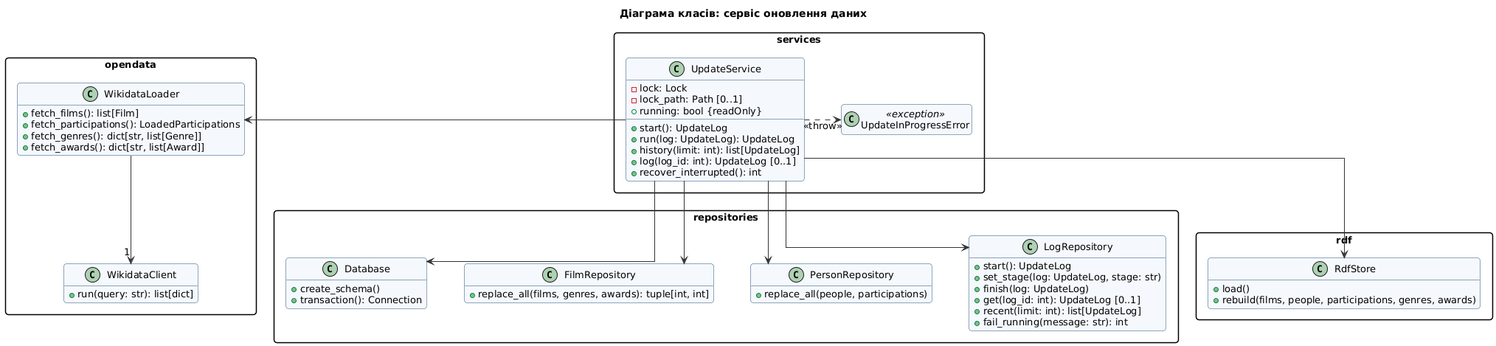
pryanikalenaknu/kinograf keeps this PlantUML diagram as docs/uml/05c_class_update.png. Above is the earlier version. Its diagram source:
```plantuml
@startuml
!include common.iuml
skinparam class {
  BackgroundColor #F5F8FC
  BorderColor #1F4E79
}
skinparam packageStyle rectangle
skinparam linetype ortho
skinparam nodesep 50
skinparam ranksep 70
hide empty members
title Діаграма класів: сервіс оновлення даних

package "services" {
  class UpdateService {
    -lock: Lock
    -lock_path: Path [0..1]
    +running: bool {readOnly}
    +start(): UpdateLog
    +run(log: UpdateLog): UpdateLog
    +history(limit: int): list[UpdateLog]
    +log(log_id: int): UpdateLog [0..1]
    +recover_interrupted(): int
  }
  class UpdateInProgressError <<exception>>
}

package "opendata" {
  class WikidataLoader {
    +fetch_films(): list[Film]
    +fetch_participations(): LoadedParticipations
    +fetch_genres(): dict[str, list[Genre]]
    +fetch_awards(): dict[str, list[Award]]
  }
  class WikidataClient {
    +run(query: str): list[dict]
  }
}

package "repositories" {
  class Database {
    +create_schema()
    +transaction(): Connection
  }
  class FilmRepository {
    +replace_all(films, genres, awards): tuple[int, int]
  }
  class PersonRepository {
    +replace_all(people, participations)
  }
  class LogRepository {
    +start(): UpdateLog
    +set_stage(log: UpdateLog, stage: str)
    +finish(log: UpdateLog)
    +get(log_id: int): UpdateLog [0..1]
    +recent(limit: int): list[UpdateLog]
    +fail_running(message: str): int
  }
}

package "rdf" {
  class RdfStore {
    +load()
    +rebuild(films, people, participations, genres, awards)
  }
}

UpdateService -left-> WikidataLoader
UpdateService .right.> UpdateInProgressError : <<throw>>
WikidataLoader -down-> "1" WikidataClient
UpdateService -down-> Database
UpdateService -down-> FilmRepository
UpdateService -down-> PersonRepository
UpdateService -down-> LogRepository
UpdateService -down-> RdfStore
Database -[hidden]right- FilmRepository
FilmRepository -[hidden]right- PersonRepository
PersonRepository -[hidden]right- LogRepository
LogRepository -[hidden]right- RdfStore
@enduml
```
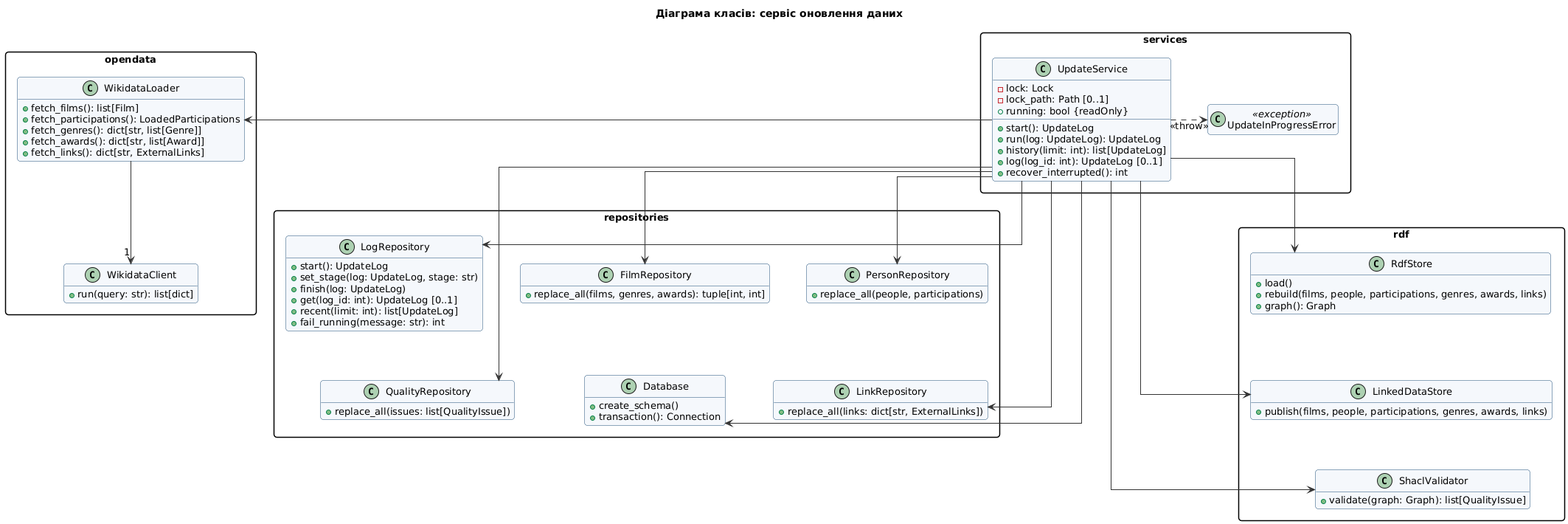
Above is the later version.

Change to the diagram source:
```diff
@@ -7,7 +7,7 @@
 skinparam packageStyle rectangle
 skinparam linetype ortho
 skinparam nodesep 50
-skinparam ranksep 70
+skinparam ranksep 60
 hide empty members
 title Діаграма класів: сервіс оновлення даних
 
@@ -31,6 +31,7 @@
     +fetch_participations(): LoadedParticipations
     +fetch_genres(): dict[str, list[Genre]]
     +fetch_awards(): dict[str, list[Award]]
+    +fetch_links(): dict[str, ExternalLinks]
   }
   class WikidataClient {
     +run(query: str): list[dict]
@@ -56,12 +57,25 @@
     +recent(limit: int): list[UpdateLog]
     +fail_running(message: str): int
   }
+  class LinkRepository {
+    +replace_all(links: dict[str, ExternalLinks])
+  }
+  class QualityRepository {
+    +replace_all(issues: list[QualityIssue])
+  }
 }
 
 package "rdf" {
   class RdfStore {
     +load()
-    +rebuild(films, people, participations, genres, awards)
+    +rebuild(films, people, participations, genres, awards, links)
+    +graph(): Graph
+  }
+  class LinkedDataStore {
+    +publish(films, people, participations, genres, awards, links)
+  }
+  class ShaclValidator {
+    +validate(graph: Graph): list[QualityIssue]
   }
 }
 
@@ -72,9 +86,16 @@
 UpdateService -down-> FilmRepository
 UpdateService -down-> PersonRepository
 UpdateService -down-> LogRepository
-UpdateService -down-> RdfStore
-Database -[hidden]right- FilmRepository
+UpdateService --> RdfStore
+UpdateService -down-> LinkRepository
+UpdateService -down-> QualityRepository
+UpdateService --> LinkedDataStore
+UpdateService --> ShaclValidator
 FilmRepository -[hidden]right- PersonRepository
 PersonRepository -[hidden]right- LogRepository
-LogRepository -[hidden]right- RdfStore
+FilmRepository -[hidden]down- Database
+PersonRepository -[hidden]down- LinkRepository
+LogRepository -[hidden]down- QualityRepository
+RdfStore -[hidden]down- LinkedDataStore
+LinkedDataStore -[hidden]down- ShaclValidator
 @enduml
```
